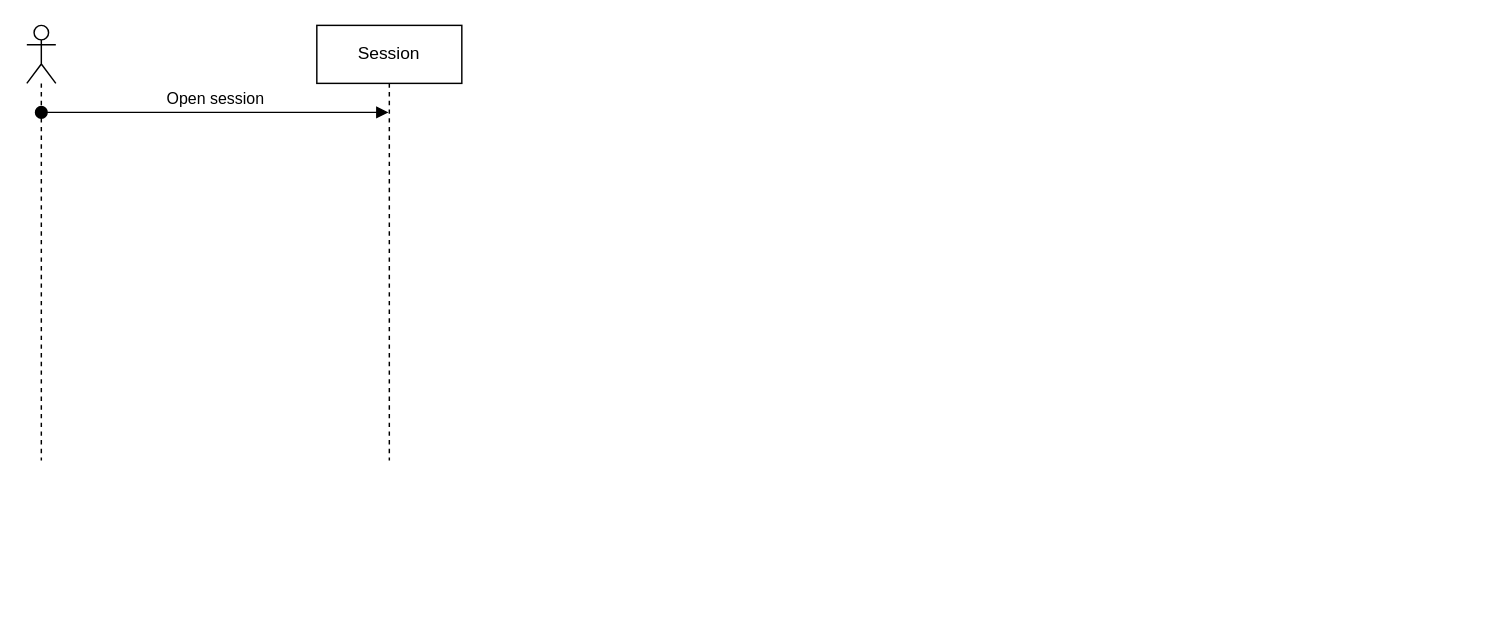
Above: docs/diagrams/sequence/linguaFlashSessionSequenceDiagram.drawio in empty-works/lingua-flash (draw.io), before the change. Source tidied: cells renumbered, new cells numbered last; positions are measured from the earlier drawing's top-left corner, leaving out a move shared by most shapes. Both pictures are drawn from the tidied source at 145%, with x=0, y=0 at pixel (26, 25).
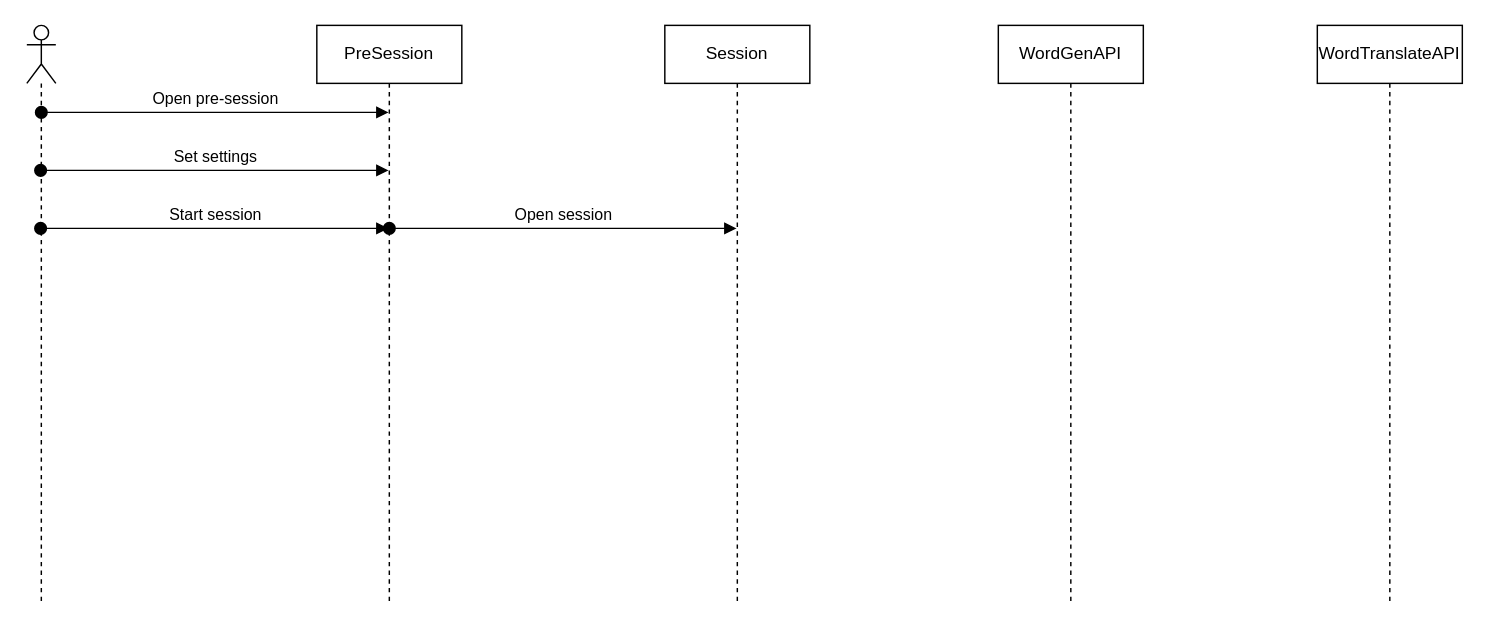
Above is the later version.

Commit message:
Update linguaFlashSessionSequenceDiagram.drawio - Adding more objects to flesh out how a session is processed.

Change to the diagram source:
```diff
@@
 <mxGraphModel>
   <root>
     <mxCell id="0" />
     <mxCell id="1" parent="0" />
     <mxCell id="2" style="shape=umlLifeline;perimeter=lifelinePerimeter;whiteSpace=wrap;html=1;outlineConnect=0;portConstraint=eastwest;newEdgeStyle={&quot;edgeStyle&quot;:&quot;elbowEdgeStyle&quot;,&quot;elbow&quot;:&quot;vertical&quot;,&quot;curved&quot;:0,&quot;rounded&quot;:0};participant=umlActor;" parent="1" vertex="1">
-      <mxGeometry width="20" height="300" as="geometry" />
+      <mxGeometry width="20" height="400" as="geometry" />
     </mxCell>
-    <mxCell id="3" value="Session" style="shape=umlLifeline;perimeter=lifelinePerimeter;whiteSpace=wrap;html=1;outlineConnect=0;portConstraint=eastwest;newEdgeStyle={&quot;edgeStyle&quot;:&quot;elbowEdgeStyle&quot;,&quot;elbow&quot;:&quot;vertical&quot;,&quot;curved&quot;:0,&quot;rounded&quot;:0};" parent="1" vertex="1">
-      <mxGeometry x="200" width="100" height="300" as="geometry" />
+    <mxCell id="3" value="PreSession" style="shape=umlLifeline;perimeter=lifelinePerimeter;whiteSpace=wrap;html=1;outlineConnect=0;portConstraint=eastwest;newEdgeStyle={&quot;edgeStyle&quot;:&quot;elbowEdgeStyle&quot;,&quot;elbow&quot;:&quot;vertical&quot;,&quot;curved&quot;:0,&quot;rounded&quot;:0};" parent="1" vertex="1">
+      <mxGeometry x="200" width="100" height="400" as="geometry" />
     </mxCell>
-    <mxCell id="4" value="Open session" style="html=1;verticalAlign=bottom;startArrow=oval;startFill=1;endArrow=block;startSize=8;edgeStyle=elbowEdgeStyle;elbow=vertical;curved=0;rounded=0;" parent="1" edge="1" target="3">
+    <mxCell id="4" value="Open pre-session" style="html=1;verticalAlign=bottom;startArrow=oval;startFill=1;endArrow=block;startSize=8;edgeStyle=elbowEdgeStyle;elbow=vertical;curved=0;rounded=0;" parent="1" edge="1" target="3">
       <mxGeometry relative="1" as="geometry">
         <mxPoint x="10" y="60" as="sourcePoint" />
       </mxGeometry>
     </mxCell>
+    <mxCell id="5" value="Set settings" style="html=1;verticalAlign=bottom;startArrow=oval;startFill=1;endArrow=block;startSize=8;edgeStyle=elbowEdgeStyle;elbow=vertical;curved=0;rounded=0;" parent="1" edge="1" source="2" target="3">
+      <mxGeometry relative="1" as="geometry">
+        <Array as="points">
+          <mxPoint x="190" y="100" />
+          <mxPoint x="200" y="90" />
+          <mxPoint x="180" y="140" />
+          <mxPoint x="200" y="110" />
+        </Array>
+      </mxGeometry>
+    </mxCell>
+    <mxCell id="6" value="Session" style="shape=umlLifeline;perimeter=lifelinePerimeter;whiteSpace=wrap;html=1;outlineConnect=0;portConstraint=eastwest;newEdgeStyle={&quot;edgeStyle&quot;:&quot;elbowEdgeStyle&quot;,&quot;elbow&quot;:&quot;vertical&quot;,&quot;curved&quot;:0,&quot;rounded&quot;:0};" parent="1" vertex="1">
+      <mxGeometry x="440" width="100" height="400" as="geometry" />
+    </mxCell>
+    <mxCell id="7" value="Start session" style="html=1;verticalAlign=bottom;startArrow=oval;startFill=1;endArrow=block;startSize=8;edgeStyle=elbowEdgeStyle;elbow=vertical;curved=0;rounded=0;" parent="1" edge="1" source="2" target="3">
+      <mxGeometry relative="1" as="geometry">
+        <Array as="points">
+          <mxPoint x="180" y="140" />
+        </Array>
+      </mxGeometry>
+    </mxCell>
+    <mxCell id="8" value="&lt;div&gt;Open session&lt;/div&gt;" style="html=1;verticalAlign=bottom;startArrow=oval;startFill=1;endArrow=block;startSize=8;edgeStyle=elbowEdgeStyle;elbow=vertical;curved=0;rounded=0;" parent="1" edge="1" target="6">
+      <mxGeometry relative="1" as="geometry">
+        <mxPoint x="250" y="140" as="sourcePoint" />
+      </mxGeometry>
+    </mxCell>
+    <mxCell id="9" value="WordGenAPI" style="shape=umlLifeline;perimeter=lifelinePerimeter;whiteSpace=wrap;html=1;newEdgeStyle={&quot;edgeStyle&quot;:&quot;elbowEdgeStyle&quot;,&quot;elbow&quot;:&quot;vertical&quot;,&quot;curved&quot;:0,&quot;rounded&quot;:0};" parent="1" vertex="1">
+      <mxGeometry x="670" width="100" height="400" as="geometry" />
+    </mxCell>
+    <mxCell id="10" value="WordTranslateAPI" style="shape=umlLifeline;perimeter=lifelinePerimeter;whiteSpace=wrap;html=1;newEdgeStyle={&quot;edgeStyle&quot;:&quot;elbowEdgeStyle&quot;,&quot;elbow&quot;:&quot;vertical&quot;,&quot;curved&quot;:0,&quot;rounded&quot;:0};" parent="1" vertex="1">
+      <mxGeometry x="890" width="100" height="400" as="geometry" />
+    </mxCell>
   </root>
 </mxGraphModel>
```
